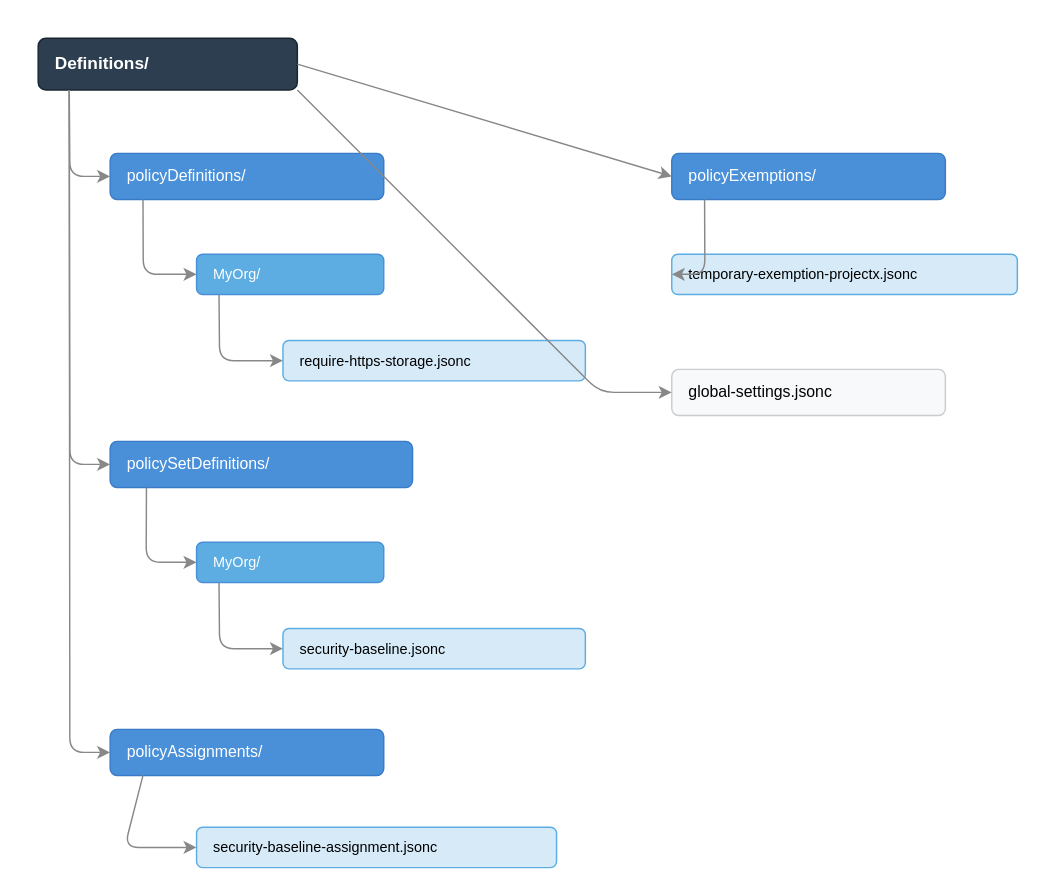
Earlier version of the draw.io diagram images/epac-folder-structure.drawio (ricmmartins/azure-governance-made-simple). Source tidied: cells renumbered, new cells numbered last; positions are measured from the earlier drawing's top-left corner, leaving out a move shared by most shapes. Both pictures are drawn from the tidied source at 144%, with x=0, y=0 at pixel (37, 37).
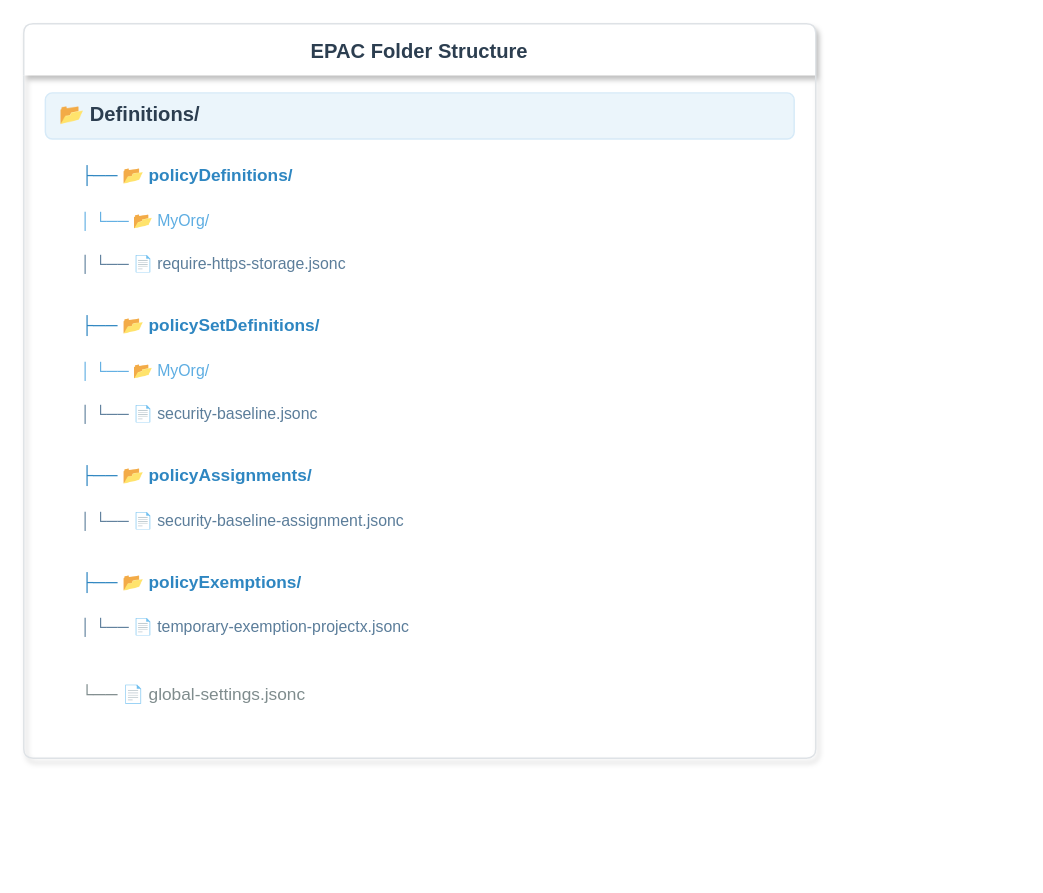
The same diagram, later.

Commit message (it also covers changes not shown here):
Improve EPAC and git branching diagrams for readability

Change to the diagram source:
```diff
@@
-    <mxCell id="2" value="Definitions/" style="rounded=1;whiteSpace=wrap;fillColor=#2C3E50;fontColor=#FFFFFF;strokeColor=#1A252F;fontSize=12;fontStyle=1;align=left;spacingLeft=10;" parent="1" vertex="1">
-      <mxGeometry width="180" height="36" as="geometry" />
-    </mxCell>
-    <mxCell id="3" value="policyDefinitions/" style="rounded=1;whiteSpace=wrap;fillColor=#4A90D9;fontColor=#FFFFFF;strokeColor=#3A7BC8;fontSize=11;align=left;spacingLeft=10;" parent="1" vertex="1">
-      <mxGeometry x="50" y="80" width="190" height="32" as="geometry" />
-    </mxCell>
-    <mxCell id="4" value="MyOrg/" style="rounded=1;whiteSpace=wrap;fillColor=#5DADE2;fontColor=#FFFFFF;strokeColor=#4A90D9;fontSize=10;align=left;spacingLeft=10;" parent="1" vertex="1">
-      <mxGeometry x="110" y="150" width="130" height="28" as="geometry" />
-    </mxCell>
-    <mxCell id="5" value="require-https-storage.jsonc" style="rounded=1;whiteSpace=wrap;fillColor=#D6EAF8;strokeColor=#5DADE2;fontSize=10;align=left;spacingLeft=10;" parent="1" vertex="1">
-      <mxGeometry x="170" y="210" width="210" height="28" as="geometry" />
-    </mxCell>
-    <mxCell id="6" value="policySetDefinitions/" style="rounded=1;whiteSpace=wrap;fillColor=#4A90D9;fontColor=#FFFFFF;strokeColor=#3A7BC8;fontSize=11;align=left;spacingLeft=10;" parent="1" vertex="1">
-      <mxGeometry x="50" y="280" width="210" height="32" as="geometry" />
-    </mxCell>
-    <mxCell id="7" value="MyOrg/" style="rounded=1;whiteSpace=wrap;fillColor=#5DADE2;fontColor=#FFFFFF;strokeColor=#4A90D9;fontSize=10;align=left;spacingLeft=10;" parent="1" vertex="1">
-      <mxGeometry x="110" y="350" width="130" height="28" as="geometry" />
-    </mxCell>
-    <mxCell id="8" value="security-baseline.jsonc" style="rounded=1;whiteSpace=wrap;fillColor=#D6EAF8;strokeColor=#5DADE2;fontSize=10;align=left;spacingLeft=10;" parent="1" vertex="1">
-      <mxGeometry x="170" y="410" width="210" height="28" as="geometry" />
-    </mxCell>
-    <mxCell id="9" value="policyAssignments/" style="rounded=1;whiteSpace=wrap;fillColor=#4A90D9;fontColor=#FFFFFF;strokeColor=#3A7BC8;fontSize=11;align=left;spacingLeft=10;" parent="1" vertex="1">
-      <mxGeometry x="50" y="480" width="190" height="32" as="geometry" />
-    </mxCell>
-    <mxCell id="10" value="security-baseline-assignment.jsonc" style="rounded=1;whiteSpace=wrap;fillColor=#D6EAF8;strokeColor=#5DADE2;fontSize=10;align=left;spacingLeft=10;" parent="1" vertex="1">
-      <mxGeometry x="110" y="548" width="250" height="28" as="geometry" />
-    </mxCell>
-    <mxCell id="11" value="policyExemptions/" style="rounded=1;whiteSpace=wrap;fillColor=#4A90D9;fontColor=#FFFFFF;strokeColor=#3A7BC8;fontSize=11;align=left;spacingLeft=10;" parent="1" vertex="1">
-      <mxGeometry x="440" y="80" width="190" height="32" as="geometry" />
-    </mxCell>
-    <mxCell id="12" value="temporary-exemption-projectx.jsonc" style="rounded=1;whiteSpace=wrap;fillColor=#D6EAF8;strokeColor=#5DADE2;fontSize=10;align=left;spacingLeft=10;" parent="1" vertex="1">
-      <mxGeometry x="440" y="150" width="240" height="28" as="geometry" />
-    </mxCell>
-    <mxCell id="13" value="global-settings.jsonc" style="rounded=1;whiteSpace=wrap;fillColor=#F8F9FA;strokeColor=#CCCCCC;fontSize=11;align=left;spacingLeft=10;" parent="1" vertex="1">
-      <mxGeometry x="440" y="230" width="190" height="32" as="geometry" />
-    </mxCell>
-    <mxCell id="14" style="rounded=1;strokeColor=#888;strokeWidth=1;exitX=0.12;exitY=1;exitDx=0;exitDy=0;entryX=0;entryY=0.5;entryDx=0;entryDy=0;" parent="1" edge="1" source="2" target="3">
-      <mxGeometry relative="1" as="geometry">
-        <Array as="points">
-          <mxPoint x="22" y="96" />
-        </Array>
-      </mxGeometry>
-    </mxCell>
-    <mxCell id="15" style="rounded=1;strokeColor=#888;strokeWidth=1;exitX=0.12;exitY=1;exitDx=0;exitDy=0;entryX=0;entryY=0.5;entryDx=0;entryDy=0;" parent="1" edge="1" source="3" target="4">
-      <mxGeometry relative="1" as="geometry">
-        <Array as="points">
-          <mxPoint x="73" y="164" />
-        </Array>
-      </mxGeometry>
-    </mxCell>
-    <mxCell id="16" style="rounded=1;strokeColor=#888;strokeWidth=1;exitX=0.12;exitY=1;exitDx=0;exitDy=0;entryX=0;entryY=0.5;entryDx=0;entryDy=0;" parent="1" edge="1" source="4" target="5">
-      <mxGeometry relative="1" as="geometry">
-        <Array as="points">
-          <mxPoint x="126" y="224" />
-        </Array>
-      </mxGeometry>
-    </mxCell>
-    <mxCell id="17" style="rounded=1;strokeColor=#888;strokeWidth=1;exitX=0.12;exitY=1;exitDx=0;exitDy=0;entryX=0;entryY=0.5;entryDx=0;entryDy=0;" parent="1" edge="1" source="2" target="6">
-      <mxGeometry relative="1" as="geometry">
-        <Array as="points">
-          <mxPoint x="22" y="296" />
-        </Array>
-      </mxGeometry>
-    </mxCell>
-    <mxCell id="18" style="rounded=1;strokeColor=#888;strokeWidth=1;exitX=0.12;exitY=1;exitDx=0;exitDy=0;entryX=0;entryY=0.5;entryDx=0;entryDy=0;" parent="1" edge="1" source="6" target="7">
-      <mxGeometry relative="1" as="geometry">
-        <Array as="points">
-          <mxPoint x="75" y="364" />
-        </Array>
-      </mxGeometry>
-    </mxCell>
-    <mxCell id="19" style="rounded=1;strokeColor=#888;strokeWidth=1;exitX=0.12;exitY=1;exitDx=0;exitDy=0;entryX=0;entryY=0.5;entryDx=0;entryDy=0;" parent="1" edge="1" source="7" target="8">
-      <mxGeometry relative="1" as="geometry">
-        <Array as="points">
-          <mxPoint x="126" y="424" />
-        </Array>
-      </mxGeometry>
-    </mxCell>
-    <mxCell id="20" style="rounded=1;strokeColor=#888;strokeWidth=1;exitX=0.12;exitY=1;exitDx=0;exitDy=0;entryX=0;entryY=0.5;entryDx=0;entryDy=0;" parent="1" edge="1" source="2" target="9">
-      <mxGeometry relative="1" as="geometry">
-        <Array as="points">
-          <mxPoint x="22" y="496" />
-        </Array>
-      </mxGeometry>
-    </mxCell>
-    <mxCell id="21" style="rounded=1;strokeColor=#888;strokeWidth=1;exitX=0.12;exitY=1;exitDx=0;exitDy=0;entryX=0;entryY=0.5;entryDx=0;entryDy=0;" parent="1" edge="1" source="9" target="10">
-      <mxGeometry relative="1" as="geometry">
-        <Array as="points">
-          <mxPoint x="60" y="562" />
-        </Array>
-      </mxGeometry>
-    </mxCell>
-    <mxCell id="22" style="rounded=1;strokeColor=#888;strokeWidth=1;exitX=1;exitY=0.5;exitDx=0;exitDy=0;entryX=0;entryY=0.5;entryDx=0;entryDy=0;" parent="1" edge="1" source="2" target="11">
-      <mxGeometry relative="1" as="geometry" />
-    </mxCell>
-    <mxCell id="23" style="rounded=1;strokeColor=#888;strokeWidth=1;exitX=0.12;exitY=1;exitDx=0;exitDy=0;entryX=0;entryY=0.5;entryDx=0;entryDy=0;" parent="1" edge="1" source="11" target="12">
-      <mxGeometry relative="1" as="geometry">
-        <Array as="points">
-          <mxPoint x="463" y="164" />
-        </Array>
-      </mxGeometry>
-    </mxCell>
-    <mxCell id="24" style="rounded=1;strokeColor=#888;strokeWidth=1;exitX=1;exitY=1;exitDx=0;exitDy=0;entryX=0;entryY=0.5;entryDx=0;entryDy=0;" parent="1" edge="1" source="2" target="13">
-      <mxGeometry relative="1" as="geometry">
-        <Array as="points">
-          <mxPoint x="390" y="246" />
-        </Array>
-      </mxGeometry>
-    </mxCell>
+    <mxCell id="25" value="EPAC Folder Structure" style="swimlane;startSize=36;fillColor=#FFFFFF;fontColor=#2C3E50;strokeColor=#DEE2E6;fontSize=14;fontStyle=1;rounded=1;swimlaneLine=0;shadow=1;arcSize=6;" parent="1" vertex="1">
+      <mxGeometry x="-10" y="-10" width="550" height="510" as="geometry" />
+    </mxCell>
+    <mxCell id="26" value="📂  Definitions/" style="text;fontSize=14;fontStyle=1;fontColor=#2C3E50;align=left;spacingLeft=8;fillColor=#EBF5FB;rounded=1;strokeColor=#D6EAF8;" parent="25" vertex="1">
+      <mxGeometry x="15" y="48" width="520" height="32" as="geometry" />
+    </mxCell>
+    <mxCell id="27" value="├──  📂  policyDefinitions/" style="text;fontSize=12;fontStyle=1;fontColor=#2E86C1;align=left;spacingLeft=8;" parent="25" vertex="1">
+      <mxGeometry x="30" y="92" width="500" height="28" as="geometry" />
+    </mxCell>
+    <mxCell id="28" value="│        └──  📂  MyOrg/" style="text;fontSize=11;fontColor=#5DADE2;align=left;spacingLeft=8;" parent="25" vertex="1">
+      <mxGeometry x="30" y="124" width="500" height="26" as="geometry" />
+    </mxCell>
+    <mxCell id="29" value="│                 └──  📄  require-https-storage.jsonc" style="text;fontSize=11;fontColor=#5B7D9A;align=left;spacingLeft=8;" parent="25" vertex="1">
+      <mxGeometry x="30" y="154" width="500" height="26" as="geometry" />
+    </mxCell>
+    <mxCell id="30" value="├──  📂  policySetDefinitions/" style="text;fontSize=12;fontStyle=1;fontColor=#2E86C1;align=left;spacingLeft=8;" parent="25" vertex="1">
+      <mxGeometry x="30" y="196" width="500" height="28" as="geometry" />
+    </mxCell>
+    <mxCell id="31" value="│        └──  📂  MyOrg/" style="text;fontSize=11;fontColor=#5DADE2;align=left;spacingLeft=8;" parent="25" vertex="1">
+      <mxGeometry x="30" y="228" width="500" height="26" as="geometry" />
+    </mxCell>
+    <mxCell id="32" value="│                 └──  📄  security-baseline.jsonc" style="text;fontSize=11;fontColor=#5B7D9A;align=left;spacingLeft=8;" parent="25" vertex="1">
+      <mxGeometry x="30" y="258" width="500" height="26" as="geometry" />
+    </mxCell>
+    <mxCell id="33" value="├──  📂  policyAssignments/" style="text;fontSize=12;fontStyle=1;fontColor=#2E86C1;align=left;spacingLeft=8;" parent="25" vertex="1">
+      <mxGeometry x="30" y="300" width="500" height="28" as="geometry" />
+    </mxCell>
+    <mxCell id="34" value="│        └──  📄  security-baseline-assignment.jsonc" style="text;fontSize=11;fontColor=#5B7D9A;align=left;spacingLeft=8;" parent="25" vertex="1">
+      <mxGeometry x="30" y="332" width="500" height="26" as="geometry" />
+    </mxCell>
+    <mxCell id="35" value="├──  📂  policyExemptions/" style="text;fontSize=12;fontStyle=1;fontColor=#2E86C1;align=left;spacingLeft=8;" parent="25" vertex="1">
+      <mxGeometry x="30" y="374" width="500" height="28" as="geometry" />
+    </mxCell>
+    <mxCell id="36" value="│        └──  📄  temporary-exemption-projectx.jsonc" style="text;fontSize=11;fontColor=#5B7D9A;align=left;spacingLeft=8;" parent="25" vertex="1">
+      <mxGeometry x="30" y="406" width="500" height="26" as="geometry" />
+    </mxCell>
+    <mxCell id="37" value="└──  📄  global-settings.jsonc" style="text;fontSize=12;fontColor=#7F8C8D;align=left;spacingLeft=8;" parent="25" vertex="1">
+      <mxGeometry x="30" y="452" width="500" height="28" as="geometry" />
+    </mxCell>
```
